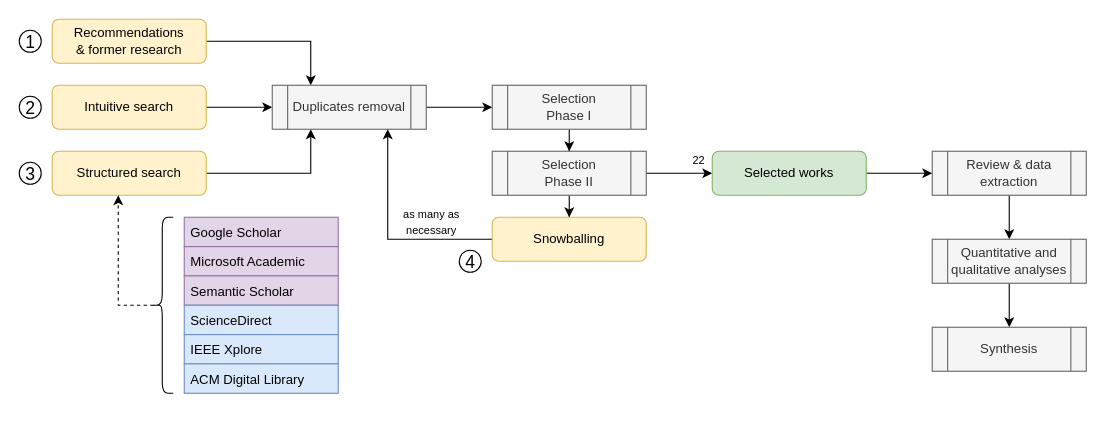
Before: page "[SotA] Methodo 1 (1/2)" (6 of 8) of thesis.drawio in leolavaur/thesis, a draw.io diagram. Source tidied: cells renumbered, new cells numbered last; positions are measured from the earlier drawing's top-left corner, leaving out a move shared by most shapes. Both pictures are drawn from the tidied source at 110%, with x=0, y=0 at pixel (19, 19).
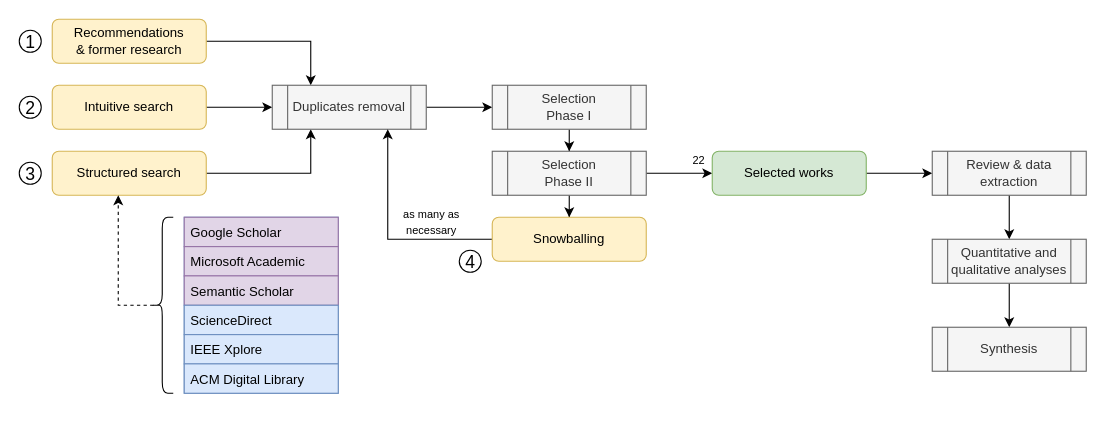
The same page after the edit.

Unchanged cells that the change refers to:
```xml
<mxCell id="19" style="group;" parent="1" vertex="1">
  <mxGeometry x="120" y="170" width="170" height="180" as="geometry" />
</mxCell>
```

Diff of the diagram source:
```diff
@@
-    <mxCell id="20" style="group;" parent="19" vertex="1">
+    <mxCell id="20" style="group;fillColor=#dae8fc;strokeColor=#6c8ebf;" parent="19" vertex="1">
       <mxGeometry x="30" y="10" width="140" height="160" as="geometry" />
     </mxCell>
```
